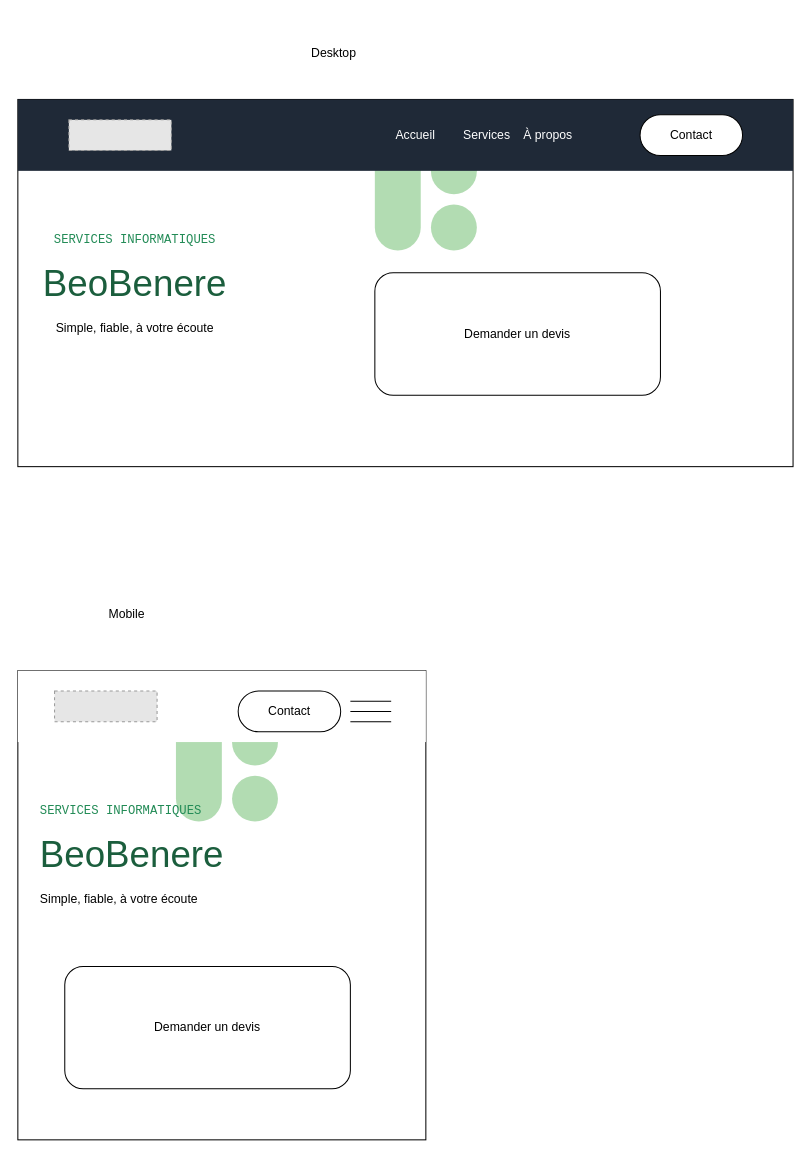
Before: docs/interface/ui.drawio in Ghislain-KIMA/site-web-beobenere, a draw.io diagram. Source tidied: cells renumbered, new cells numbered last; positions are measured from the earlier drawing's top-left corner, leaving out a move shared by most shapes. Both pictures are drawn from the tidied source at 102%, with x=0, y=0 at pixel (17, 38). Pictures stored in the file or linked from it are replaced by grey dashed boxes.
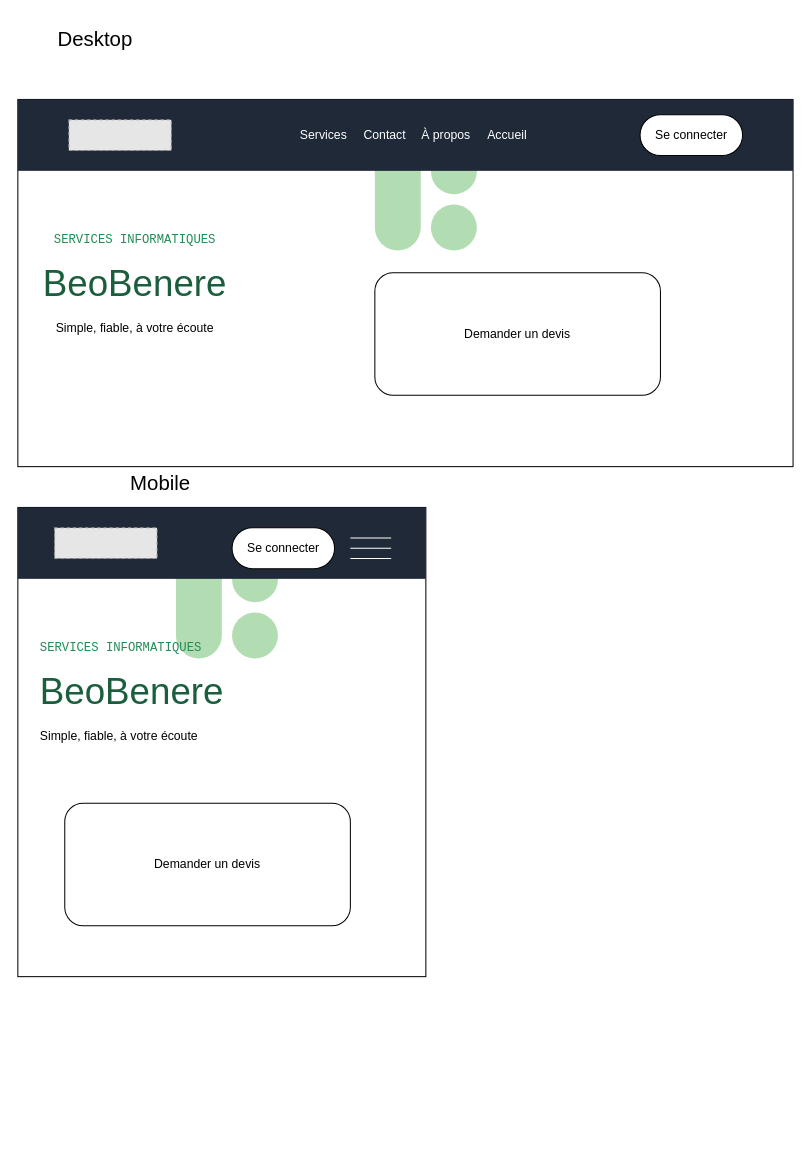
The same diagram, later.

What changed in the source:
```diff
@@
     <mxCell id="9" value="Accueil" style="text;html=1;whiteSpace=wrap;strokeColor=none;fillColor=none;align=center;verticalAlign=middle;rounded=0;fontColor=light-dark(#FFFFFF,#FFFFFF);" parent="1" vertex="1">
-      <mxGeometry x="360" y="80" width="60" height="30" as="geometry" />
+      <mxGeometry x="450" y="80" width="60" height="30" as="geometry" />
     </mxCell>
     <mxCell id="10" value="Services" style="text;html=1;whiteSpace=wrap;strokeColor=none;fillColor=none;align=center;verticalAlign=middle;rounded=0;fontColor=light-dark(#FFFFFF,#FFFFFF);" parent="1" vertex="1">
-      <mxGeometry x="430" y="80" width="60" height="30" as="geometry" />
+      <mxGeometry x="270" y="80" width="60" height="30" as="geometry" />
     </mxCell>
     <mxCell id="11" value="À propos" style="text;html=1;whiteSpace=wrap;strokeColor=none;fillColor=none;align=center;verticalAlign=middle;rounded=0;fontColor=light-dark(#FFFFFF,#FFFFFF);" parent="1" vertex="1">
-      <mxGeometry x="490" y="80" width="60" height="30" as="geometry" />
+      <mxGeometry x="390" y="80" width="60" height="30" as="geometry" />
     </mxCell>
-    <mxCell id="12" value="Contact" style="rounded=1;whiteSpace=wrap;html=1;arcSize=50;fillColor=light-dark(#FFFFFF,#FFFFFF);fontColor=light-dark(#000000,#000000);" parent="1" vertex="1">
+    <mxCell id="12" value="Se connecter" style="rounded=1;whiteSpace=wrap;html=1;arcSize=50;fillColor=light-dark(#FFFFFF,#FFFFFF);fontColor=light-dark(#000000,#000000);" parent="1" vertex="1">
       <mxGeometry x="610" y="75" width="100.5" height="40" as="geometry" />
     </mxCell>
@@
     <mxCell id="14" style="rounded=1;whiteSpace=wrap;html=1;arcSize=0;fillColor=light-dark(#FFFFFF,#030503);" parent="1" vertex="1">
-      <mxGeometry y="620" width="400" height="460" as="geometry" />
+      <mxGeometry y="460" width="400" height="460" as="geometry" />
     </mxCell>
     <mxCell id="15" style="group;" parent="1" vertex="1">
-      <mxGeometry x="155" y="668" width="100" height="100" as="geometry" />
+      <mxGeometry x="155" y="508" width="100" height="100" as="geometry" />
     </mxCell>
@@
-    <mxCell id="19" style="rounded=0;whiteSpace=wrap;html=1;fillColor=light-dark(#FFFFFF,#1F2937);strokeColor=none;" parent="1" vertex="1">
-      <mxGeometry y="620" width="400" height="70" as="geometry" />
+    <mxCell id="19" style="rounded=0;whiteSpace=wrap;html=1;fillColor=light-dark(#1F2937,#1F2937);strokeColor=none;" parent="1" vertex="1">
+      <mxGeometry y="460" width="400" height="70" as="geometry" />
     </mxCell>
     <mxCell id="20" style="fillColor=#E6E6E6;strokeColor=#999999;dashed=1;verticalLabelPosition=bottom;labelBackgroundColor=default;verticalAlign=top;" parent="1" vertex="1">
-      <mxGeometry x="36" y="640" width="100.5" height="30" as="geometry" />
+      <mxGeometry x="36" y="480" width="100.5" height="30" as="geometry" />
     </mxCell>
-    <mxCell id="21" value="Contact" style="rounded=1;whiteSpace=wrap;html=1;arcSize=50;fillColor=light-dark(#FFFFFF,#FFFFFF);fontColor=light-dark(#000000,#000000);" parent="1" vertex="1">
-      <mxGeometry x="216" y="640" width="100.5" height="40" as="geometry" />
+    <mxCell id="21" value="Se connecter" style="rounded=1;whiteSpace=wrap;html=1;arcSize=50;fillColor=light-dark(#FFFFFF,#FFFFFF);fontColor=light-dark(#000000,#000000);" parent="1" vertex="1">
+      <mxGeometry x="210" y="480" width="100.5" height="40" as="geometry" />
     </mxCell>
     <mxCell id="22" value="&lt;div style=&quot;&quot;&gt;&lt;span style=&quot;font-family: &amp;quot;IBM Plex Mono&amp;quot;, monospace; color: light-dark(rgb(34, 139, 86), rgb(73, 163, 118)); background-color: transparent;&quot;&gt;SERVICES INFORMATIQUES&lt;/span&gt;&lt;/div&gt;&lt;div&gt;&lt;br&gt;&lt;/div&gt;&lt;div style=&quot;&quot;&gt;&lt;span style=&quot;color: light-dark(rgb(27, 94, 61), rgb(27, 94, 61));&quot;&gt;&lt;font style=&quot;font-size: 36px;&quot; face=&quot;'Space Grotesk', sans-serif&quot;&gt;BeoBenere&lt;/font&gt;&lt;/span&gt;&lt;/div&gt;&lt;div&gt;&lt;br&gt;&lt;/div&gt;&lt;div style=&quot;&quot;&gt;Simple, fiable, à votre écoute&lt;/div&gt;" style="text;html=1;whiteSpace=wrap;strokeColor=none;fillColor=none;align=left;verticalAlign=middle;rounded=0;" parent="1" vertex="1">
-      <mxGeometry x="20" y="740" width="210" height="120" as="geometry" />
+      <mxGeometry x="20" y="580" width="210" height="120" as="geometry" />
     </mxCell>
-    <mxCell id="23" value="Desktop" style="text;html=1;whiteSpace=wrap;strokeColor=none;fillColor=none;align=center;verticalAlign=middle;rounded=0;" parent="1" vertex="1">
-      <mxGeometry x="280" width="60" height="30" as="geometry" />
+    <mxCell id="23" value="Desktop" style="text;html=1;whiteSpace=wrap;strokeColor=none;fillColor=none;align=center;verticalAlign=middle;rounded=0;fontSize=20;" parent="1" vertex="1">
+      <mxGeometry x="36" y="-20" width="80" height="40" as="geometry" />
     </mxCell>
-    <mxCell id="24" value="Mobile" style="text;html=1;whiteSpace=wrap;strokeColor=none;fillColor=none;align=center;verticalAlign=middle;rounded=0;" parent="1" vertex="1">
-      <mxGeometry x="76.5" y="550" width="60" height="30" as="geometry" />
+    <mxCell id="24" value="Mobile" style="text;html=1;whiteSpace=wrap;strokeColor=none;fillColor=none;align=center;verticalAlign=middle;rounded=0;fontSize=20;" parent="1" vertex="1">
+      <mxGeometry x="110" y="420" width="60" height="30" as="geometry" />
     </mxCell>
-    <mxCell id="25" style="group;" parent="1" vertex="1">
-      <mxGeometry x="326" y="650" width="40" height="20" as="geometry" />
-    </mxCell>
+    <mxCell id="29" value="Demander un devis" style="rounded=1;whiteSpace=wrap;html=1;" parent="1" vertex="1">
+      <mxGeometry x="350" y="230" width="280" height="120" as="geometry" />
+    </mxCell>
+    <mxCell id="30" value="Demander un devis" style="rounded=1;whiteSpace=wrap;html=1;" parent="1" vertex="1">
+      <mxGeometry x="46" y="750" width="280" height="120" as="geometry" />
+    </mxCell>
-    <mxCell id="26" style="endArrow=none;html=1;rounded=0;" parent="25" edge="1">
+    <mxCell id="26" style="endArrow=none;html=1;rounded=0;strokeColor=light-dark(#FFFFFF,#FFFFFF);" parent="1" edge="1">
       <mxGeometry relative="1" as="geometry">
-        <mxPoint as="sourcePoint" />
-        <mxPoint x="40" as="targetPoint" />
+        <mxPoint x="326" y="490" as="sourcePoint" />
+        <mxPoint x="366" y="490" as="targetPoint" />
       </mxGeometry>
     </mxCell>
-    <mxCell id="27" style="endArrow=none;html=1;rounded=0;" parent="25" edge="1">
+    <mxCell id="27" style="endArrow=none;html=1;rounded=0;strokeColor=light-dark(#FFFFFF,#FFFFFF);" parent="1" edge="1">
       <mxGeometry relative="1" as="geometry">
-        <mxPoint y="10" as="sourcePoint" />
-        <mxPoint x="40" y="10" as="targetPoint" />
+        <mxPoint x="326" y="500" as="sourcePoint" />
+        <mxPoint x="366" y="500" as="targetPoint" />
       </mxGeometry>
     </mxCell>
-    <mxCell id="28" style="endArrow=none;html=1;rounded=0;" parent="25" edge="1">
+    <mxCell id="28" style="endArrow=none;html=1;rounded=0;strokeColor=light-dark(#FFFFFF,#FFFFFF);" parent="1" edge="1">
       <mxGeometry relative="1" as="geometry">
-        <mxPoint y="20" as="sourcePoint" />
-        <mxPoint x="40" y="20" as="targetPoint" />
+        <mxPoint x="326" y="510" as="sourcePoint" />
+        <mxPoint x="366" y="510" as="targetPoint" />
       </mxGeometry>
     </mxCell>
-    <mxCell id="29" value="Demander un devis" style="rounded=1;whiteSpace=wrap;html=1;" parent="1" vertex="1">
-      <mxGeometry x="350" y="230" width="280" height="120" as="geometry" />
-    </mxCell>
-    <mxCell id="30" value="Demander un devis" style="rounded=1;whiteSpace=wrap;html=1;" parent="1" vertex="1">
-      <mxGeometry x="46" y="910" width="280" height="120" as="geometry" />
-    </mxCell>
+    <mxCell id="31" value="Contact" style="text;html=1;whiteSpace=wrap;strokeColor=none;fillColor=none;align=center;verticalAlign=middle;rounded=0;fontColor=light-dark(#FFFFFF,#FFFFFF);" parent="1" vertex="1">
+      <mxGeometry x="330" y="80" width="60" height="30" as="geometry" />
+    </mxCell>
```
